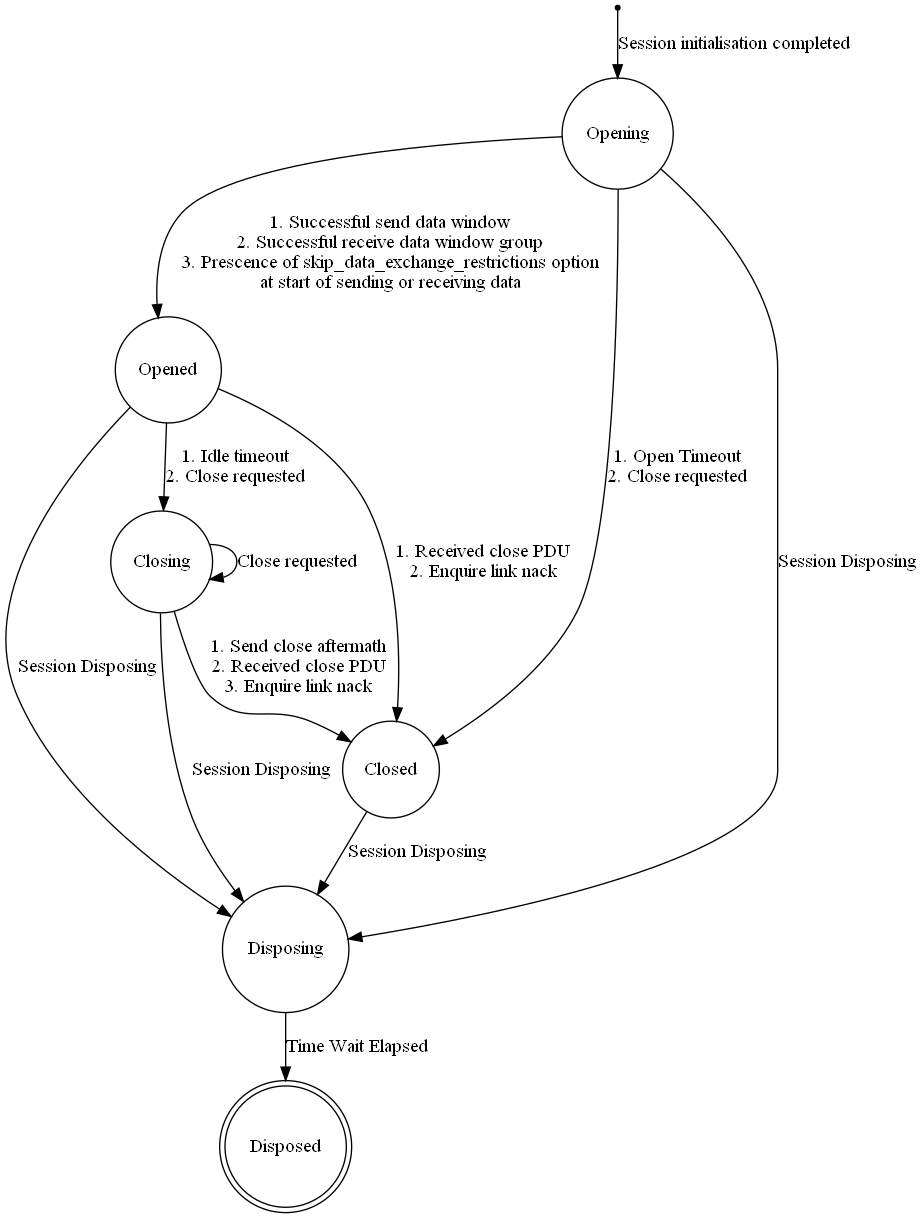
Earlier version of the Graphviz export psm.png (aaronicsubstances/scalable-ipc). Its source is kept beside it as psm.dot.
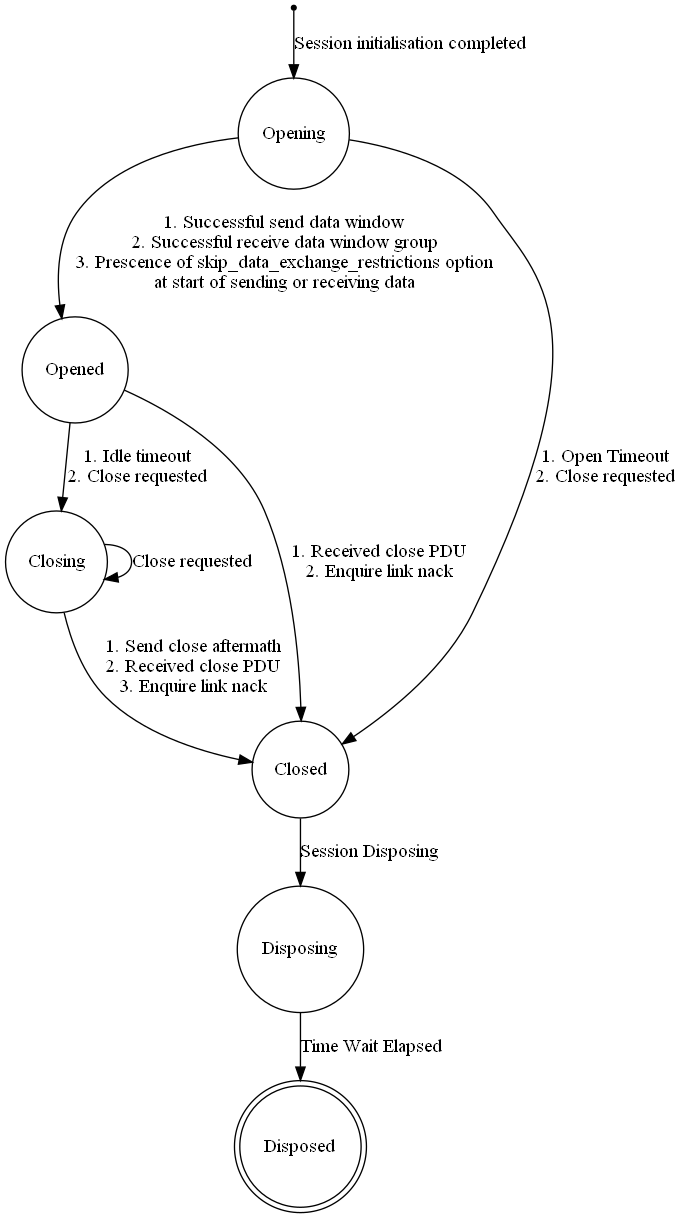
Above is the later version.

The edit, as a diff of the source:
```diff
@@ -26,9 +26,6 @@
 		1. Open Timeout<br/>
 		2. Close requested
 	>];
-	Opening -> Disposing [ label = "Session Disposing" ];
-	Opened -> Disposing [ label = "Session Disposing" ];
-	Closing -> Disposing [ label = "Session Disposing" ];
 	Closed -> Disposing [ label = "Session Disposing" ];
 	Disposing -> Disposed [ label = "Time Wait Elapsed" ];
 }
```
